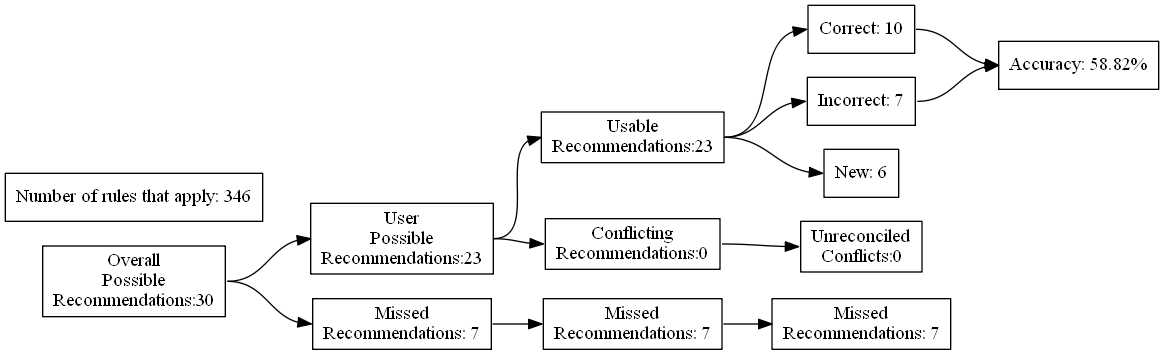
ZaxR/ibd_diet_analysis keeps this Graphviz diagram as test_renders/5.gv.png. Above is the earlier version. Its source is kept beside it as test_renders/5.gv.
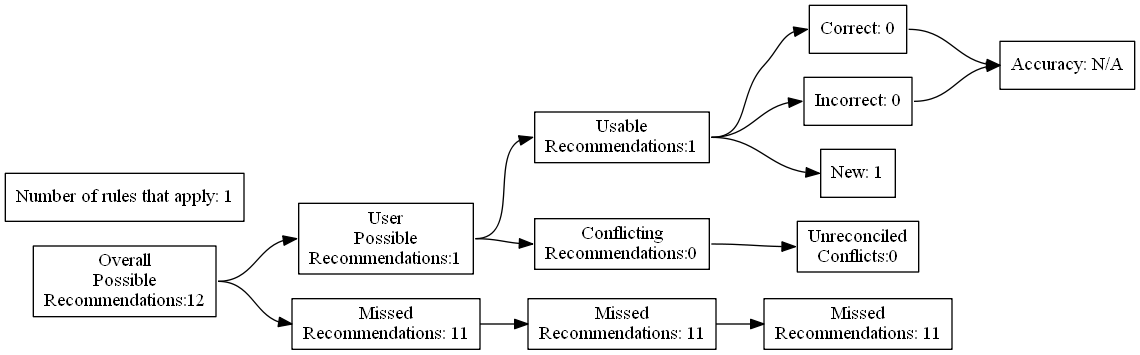
Later version of the same file.

What changed in the source:
```diff
@@ -4,27 +4,27 @@
 	edge [headport=w tailport=e]
 		A [label="Overall
 Possible
-Recommendations:30"]
+Recommendations:12"]
 		B [label="User
 Possible
-Recommendations:23"]
+Recommendations:1"]
 		C [label="Missed
-Recommendations: 7"]
+Recommendations: 11"]
 		D [label="Usable
-Recommendations:23"]
+Recommendations:1"]
 		E [label="Conflicting
 Recommendations:0"]
 		J [label="Missed
-Recommendations: 7"]
+Recommendations: 11"]
 		M [label="Unreconciled
 Conflicts:0"]
-		F [label="Correct: 10"]
-		G [label="Incorrect: 7"]
-		H [label="New: 6"]
+		F [label="Correct: 0"]
+		G [label="Incorrect: 0"]
+		H [label="New: 1"]
 		K [label="Missed
-Recommendations: 7"]
-		I [label="Accuracy: 58.82%"]
-		l [label="Number of rules that apply: 346"]
+Recommendations: 11"]
+		I [label="Accuracy: N/A"]
+		l [label="Number of rules that apply: 1"]
 			A -> B
 			A -> C
 			B -> D
```
